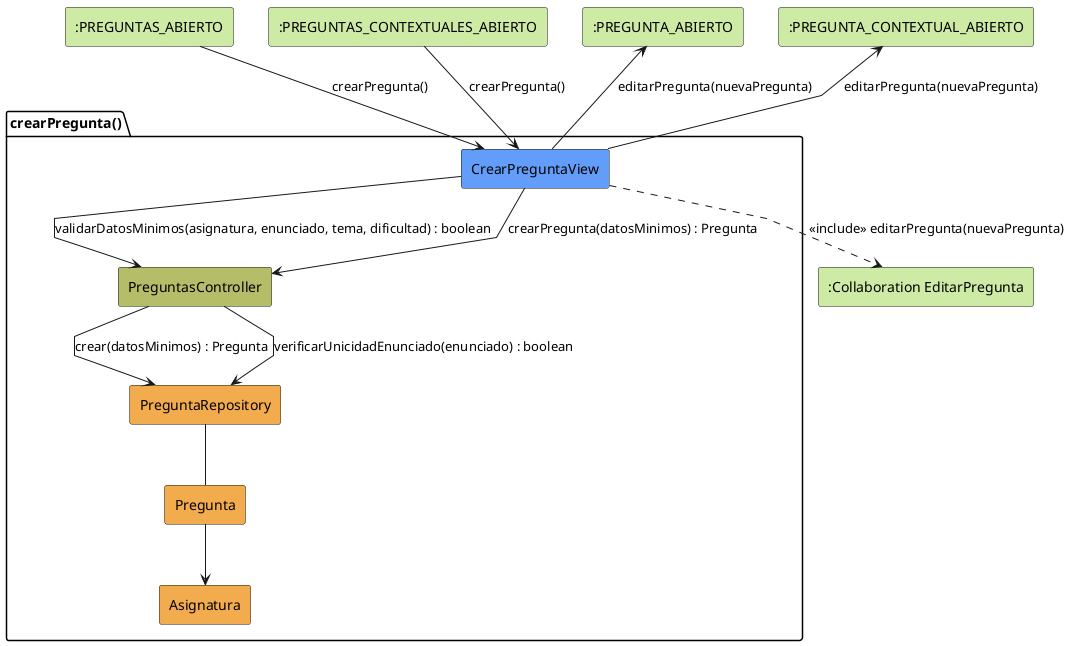
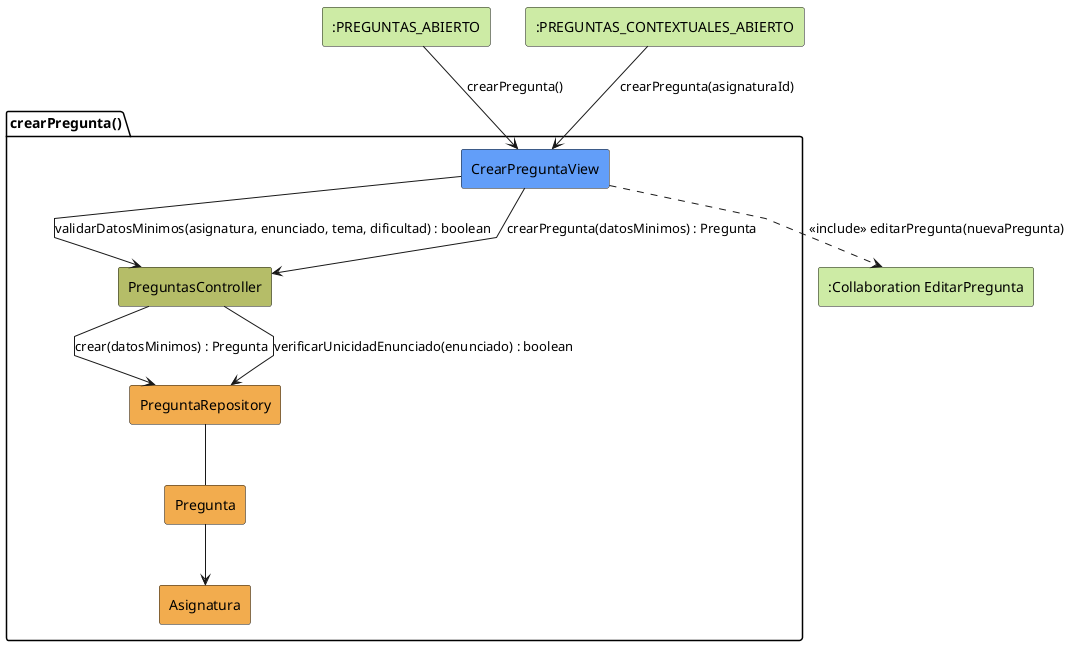
@startuml crearPregunta-analisis
skinparam linetype polyline

rectangle #CDEBA5 ":PREGUNTAS_ABIERTO" as PreguntasAbierto
rectangle #CDEBA5 ":PREGUNTAS_CONTEXTUALES_ABIERTO" as PreguntasContextualesAbierto
- rectangle #CDEBA5 ":PREGUNTA_ABIERTO" as PreguntaAbierto
- rectangle #CDEBA5 ":PREGUNTA_CONTEXTUAL_ABIERTO" as PreguntaContextualAbierto
rectangle #CDEBA5 ":Collaboration EditarPregunta" as EditarPregunta

package crearPregunta as "crearPregunta()" {
    rectangle #629EF9 CrearPreguntaView
    rectangle #b5bd68 PreguntasController
    rectangle #F2AC4E PreguntaRepository
    rectangle #F2AC4E Pregunta
    rectangle #F2AC4E Asignatura
}

PreguntasAbierto --> CrearPreguntaView: crearPregunta()
- PreguntasContextualesAbierto --> CrearPreguntaView: crearPregunta()
+ PreguntasContextualesAbierto --> CrearPreguntaView: crearPregunta(asignaturaId)

CrearPreguntaView -d-> PreguntasController: validarDatosMinimos(asignatura, enunciado, tema, dificultad) : boolean
CrearPreguntaView -d-> PreguntasController: crearPregunta(datosMinimos) : Pregunta

PreguntasController --> PreguntaRepository: crear(datosMinimos) : Pregunta
PreguntasController --> PreguntaRepository: verificarUnicidadEnunciado(enunciado) : boolean

PreguntaRepository -- Pregunta
Pregunta --> Asignatura

CrearPreguntaView ..> EditarPregunta: <<include>> editarPregunta(nuevaPregunta)

- PreguntaAbierto <-- CrearPreguntaView: editarPregunta(nuevaPregunta)
- PreguntaContextualAbierto <-- CrearPreguntaView: editarPregunta(nuevaPregunta)
- 
@enduml